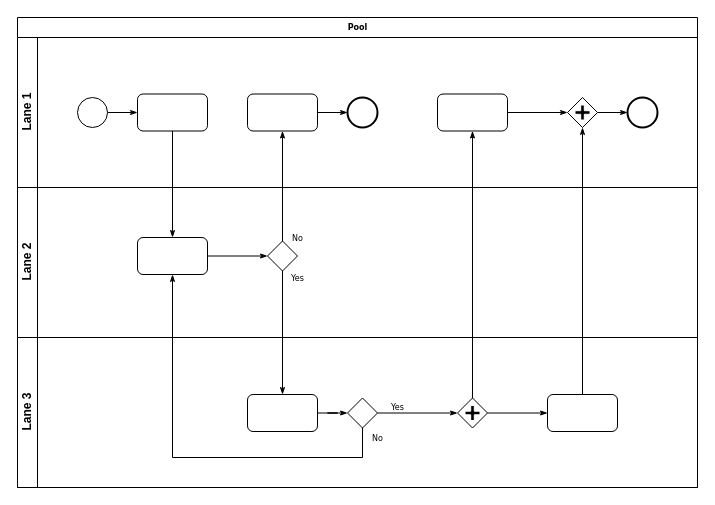
Before: Untitled Diagram.drawio in mpetrovic999/test, a draw.io diagram. Source tidied: cells renumbered, new cells numbered last; positions are measured from the earlier drawing's top-left corner, leaving out a move shared by most shapes. Both pictures are drawn from the tidied source at 100%, with x=0, y=0 at pixel (17, 17).
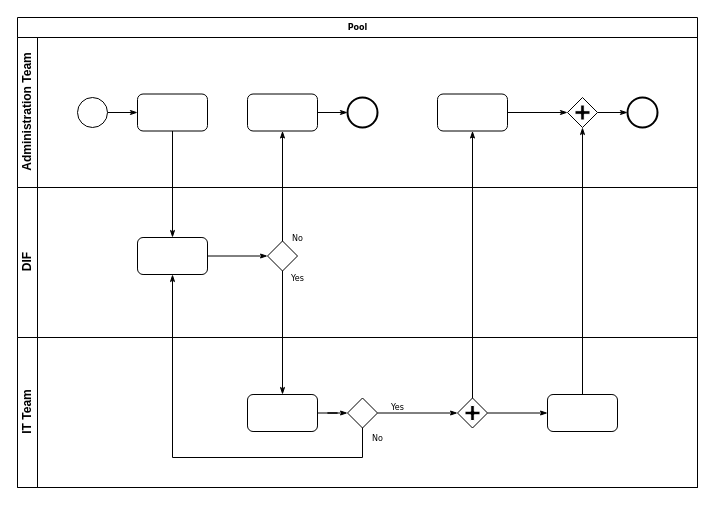
The same diagram, later.

Unchanged cells that the change refers to:
```xml
<mxCell id="2" value="Pool" style="swimlane;html=1;horizontal=1;startSize=20;rounded=0;shadow=0;labelBackgroundColor=none;strokeWidth=1;fontFamily=Verdana;fontSize=8;align=center;" parent="1" vertex="1">
  <mxGeometry width="680" height="470" as="geometry" />
</mxCell>
```

The edit, as a diff of the source:
```diff
@@
-    <mxCell id="3" value="Lane 1" style="swimlane;html=1;startSize=20;horizontal=0;" parent="2" vertex="1">
+    <mxCell id="3" value="Administration Team" style="swimlane;html=1;startSize=20;horizontal=0;" parent="2" vertex="1">
       <mxGeometry y="20" width="680" height="150" as="geometry" />
     </mxCell>
@@
-    <mxCell id="15" value="Lane 2" style="swimlane;html=1;startSize=20;horizontal=0;" parent="2" vertex="1">
+    <mxCell id="15" value="DIF" style="swimlane;html=1;startSize=20;horizontal=0;" parent="2" vertex="1">
       <mxGeometry y="170" width="680" height="150" as="geometry" />
     </mxCell>
@@
-    <mxCell id="19" value="Lane 3" style="swimlane;html=1;startSize=20;horizontal=0;" parent="2" vertex="1">
+    <mxCell id="19" value="IT Team" style="swimlane;html=1;startSize=20;horizontal=0;" parent="2" vertex="1">
       <mxGeometry y="320" width="680" height="150" as="geometry" />
     </mxCell>
```
